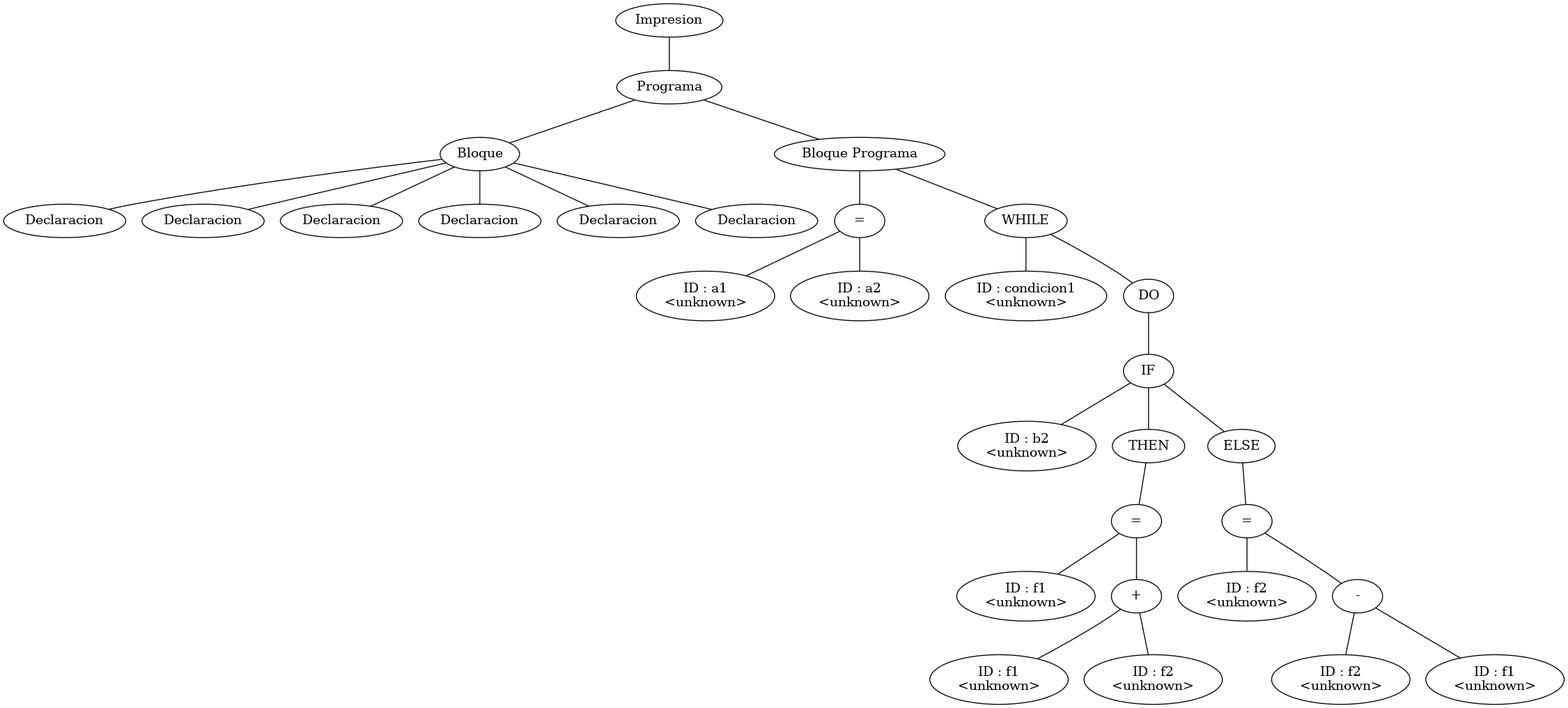
Above: arbol.png in ignaciotorres31/compilador (Graphviz), before the change. Its source is kept beside it as arbol.dot.
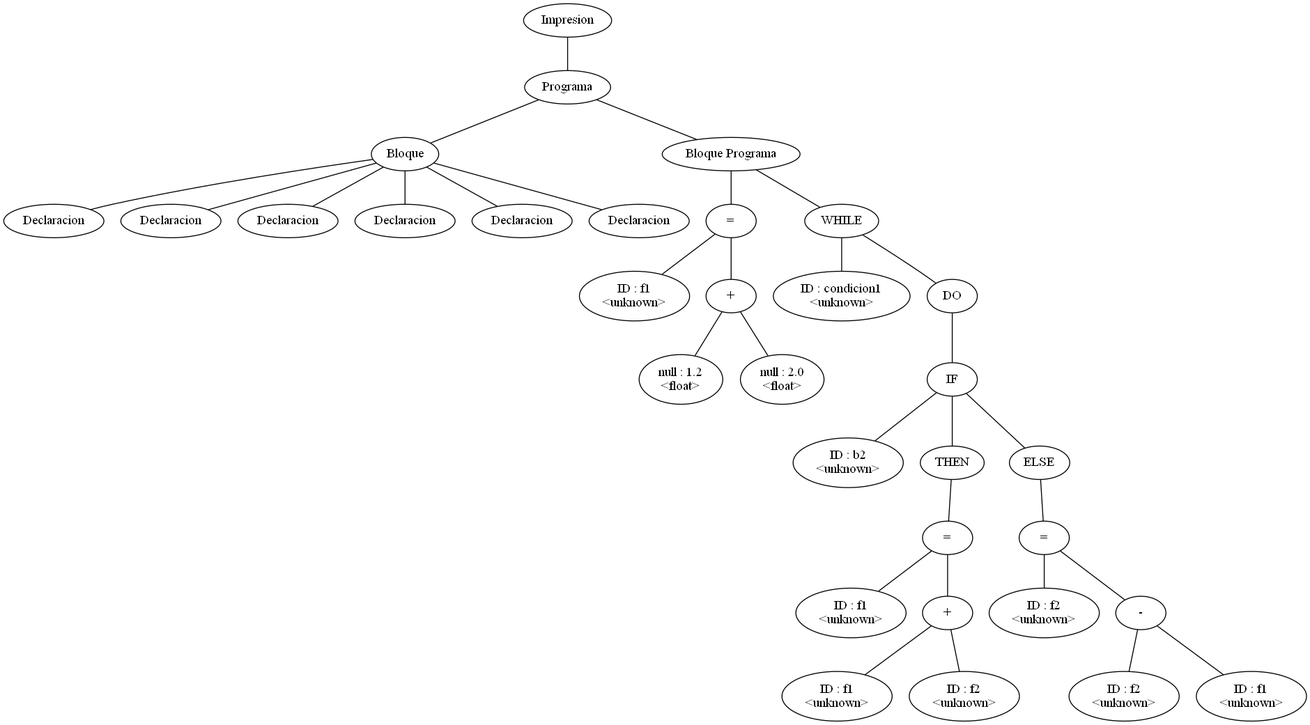
The same file after the commit.

Diff of the diagram source:
```diff
@@ -1,60 +1,64 @@
-graph G {nodo_1487136162[label="Impresion"]
-nodo_1911651671[label="Programa"]
-nodo_1487136162--nodo_1911651671
-nodo_1496596897[label="Bloque"]
-nodo_1911651671--nodo_1496596897
-nodo_1708143484[label="Declaracion"]
-nodo_1496596897--nodo_1708143484
-nodo_1028850977[label="Declaracion"]
-nodo_1496596897--nodo_1028850977
-nodo_1202904089[label="Declaracion"]
-nodo_1496596897--nodo_1202904089
-nodo_1022407687[label="Declaracion"]
-nodo_1496596897--nodo_1022407687
-nodo_1491024694[label="Declaracion"]
-nodo_1496596897--nodo_1491024694
-nodo_2097174273[label="Declaracion"]
-nodo_1496596897--nodo_2097174273
-nodo_738401964[label="Bloque Programa"]
-nodo_1911651671--nodo_738401964
-nodo_359319463[label="="]
-nodo_738401964--nodo_359319463
-nodo_877480119[label="ID : a1\n<unknown>"]
-nodo_359319463--nodo_877480119
-nodo_1267378528[label="ID : a2\n<unknown>"]
-nodo_359319463--nodo_1267378528
-nodo_2135435459[label="WHILE"]
-nodo_738401964--nodo_2135435459
-nodo_1012698994[label="ID : condicion1\n<unknown>"]
-nodo_2135435459--nodo_1012698994
-nodo_1644851390[label="DO"]
-nodo_2135435459--nodo_1644851390
-nodo_2094339126[label="IF"]
-nodo_1644851390--nodo_2094339126
-nodo_1122313567[label="ID : b2\n<unknown>"]
-nodo_2094339126--nodo_1122313567
-nodo_437917038[label="THEN"]
-nodo_2094339126--nodo_437917038
-nodo_732170515[label="="]
-nodo_437917038--nodo_732170515
-nodo_2131021045[label="ID : f1\n<unknown>"]
-nodo_732170515--nodo_2131021045
-nodo_346083735[label="+"]
-nodo_732170515--nodo_346083735
-nodo_1583023880[label="ID : f1\n<unknown>"]
-nodo_346083735--nodo_1583023880
-nodo_1430024513[label="ID : f2\n<unknown>"]
-nodo_346083735--nodo_1430024513
-nodo_201747575[label="ELSE"]
-nodo_2094339126--nodo_201747575
-nodo_507000841[label="="]
-nodo_201747575--nodo_507000841
-nodo_417140609[label="ID : f2\n<unknown>"]
-nodo_507000841--nodo_417140609
-nodo_777896866[label="-"]
-nodo_507000841--nodo_777896866
-nodo_294090698[label="ID : f2\n<unknown>"]
-nodo_777896866--nodo_294090698
-nodo_1310780803[label="ID : f1\n<unknown>"]
-nodo_777896866--nodo_1310780803
+graph G {nodo_1436867844[label="Impresion"]
+nodo_366596214[label="Programa"]
+nodo_1436867844--nodo_366596214
+nodo_1630384033[label="Bloque"]
+nodo_366596214--nodo_1630384033
+nodo_1041733714[label="Declaracion"]
+nodo_1630384033--nodo_1041733714
+nodo_1302867561[label="Declaracion"]
+nodo_1630384033--nodo_1302867561
+nodo_371789258[label="Declaracion"]
+nodo_1630384033--nodo_371789258
+nodo_443938825[label="Declaracion"]
+nodo_1630384033--nodo_443938825
+nodo_404891165[label="Declaracion"]
+nodo_1630384033--nodo_404891165
+nodo_343246870[label="Declaracion"]
+nodo_1630384033--nodo_343246870
+nodo_1248628751[label="Bloque Programa"]
+nodo_366596214--nodo_1248628751
+nodo_2137824507[label="="]
+nodo_1248628751--nodo_2137824507
+nodo_1995923397[label="ID : f1\n<unknown>"]
+nodo_2137824507--nodo_1995923397
+nodo_1316641845[label="+"]
+nodo_2137824507--nodo_1316641845
+nodo_1622688029[label="null : 1.2\n<float>"]
+nodo_1316641845--nodo_1622688029
+nodo_929948530[label="null : 2.0\n<float>"]
+nodo_1316641845--nodo_929948530
+nodo_736795230[label="WHILE"]
+nodo_1248628751--nodo_736795230
+nodo_158897815[label="ID : condicion1\n<unknown>"]
+nodo_736795230--nodo_158897815
+nodo_913997879[label="DO"]
+nodo_736795230--nodo_913997879
+nodo_1859425273[label="IF"]
+nodo_913997879--nodo_1859425273
+nodo_286510103[label="ID : b2\n<unknown>"]
+nodo_1859425273--nodo_286510103
+nodo_1553087628[label="THEN"]
+nodo_1859425273--nodo_1553087628
+nodo_1049322513[label="="]
+nodo_1553087628--nodo_1049322513
+nodo_1946837858[label="ID : f1\n<unknown>"]
+nodo_1049322513--nodo_1946837858
+nodo_2071358080[label="+"]
+nodo_1049322513--nodo_2071358080
+nodo_911036222[label="ID : f1\n<unknown>"]
+nodo_2071358080--nodo_911036222
+nodo_1392709130[label="ID : f2\n<unknown>"]
+nodo_2071358080--nodo_1392709130
+nodo_1949660795[label="ELSE"]
+nodo_1859425273--nodo_1949660795
+nodo_1021255703[label="="]
+nodo_1949660795--nodo_1021255703
+nodo_1622649869[label="ID : f2\n<unknown>"]
+nodo_1021255703--nodo_1622649869
+nodo_722439503[label="-"]
+nodo_1021255703--nodo_722439503
+nodo_1960227067[label="ID : f2\n<unknown>"]
+nodo_722439503--nodo_1960227067
+nodo_835512814[label="ID : f1\n<unknown>"]
+nodo_722439503--nodo_835512814
 }
```
